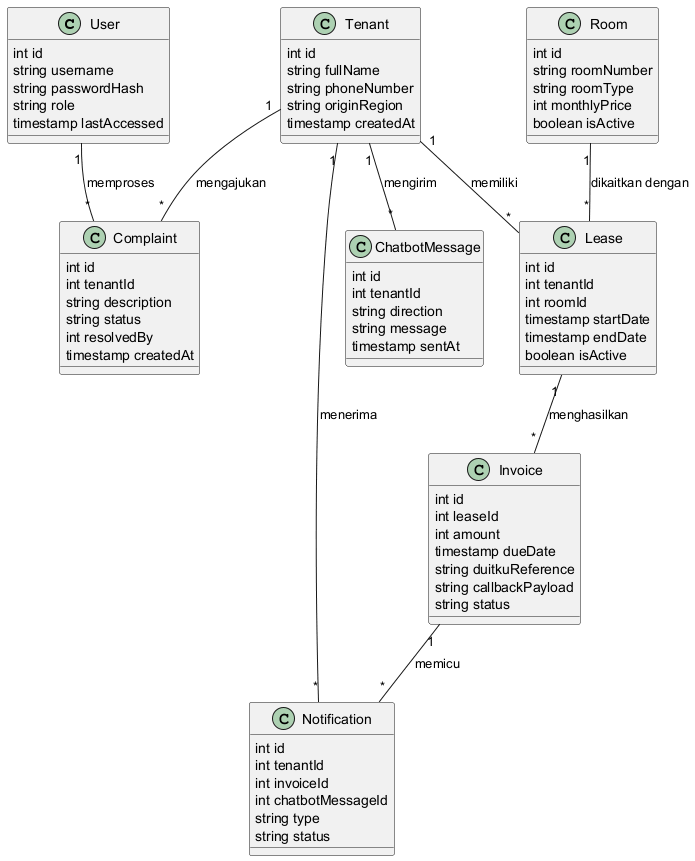
Before: docs/diagrams/0_class_diagram.png, a diagram exported from PlantUML (ahmadyasser72/tem-2). The source it was exported from:
```plantuml
@startuml

class User {
    int id
    string username
    string passwordHash
    string role
    timestamp lastAccessed
}

class Tenant {
    int id
    string fullName
    string phoneNumber
    string originRegion
    timestamp createdAt
}

class Room {
    int id
    string roomNumber
    string roomType
    int monthlyPrice
    boolean isActive
}

class Lease {
    int id
    int tenantId
    int roomId
    timestamp startDate
    timestamp endDate
    boolean isActive
}

class Invoice {
    int id
    int leaseId
    int amount
    timestamp dueDate
    string duitkuReference
    string callbackPayload
    string status
}

class ChatbotMessage {
    int id
    int tenantId
    string direction
    string message
    timestamp sentAt
}

class Notification {
    int id
    int tenantId
    int invoiceId
    int chatbotMessageId
    string type
    string status
}

class Complaint {
    int id
    int tenantId
    string description
    string status
    int resolvedBy
    timestamp createdAt
}

Tenant "1" -- "*" Complaint : mengajukan
User "1" -- "*" Complaint : memproses
Tenant "1" -- "*" Lease : memiliki
Room "1" -- "*" Lease : dikaitkan dengan
Lease "1" -- "*" Invoice : menghasilkan
Tenant "1" -- "*" ChatbotMessage : mengirim
Tenant "1" -- "*" Notification : menerima
Invoice "1" -- "*" Notification : memicu

@enduml
```
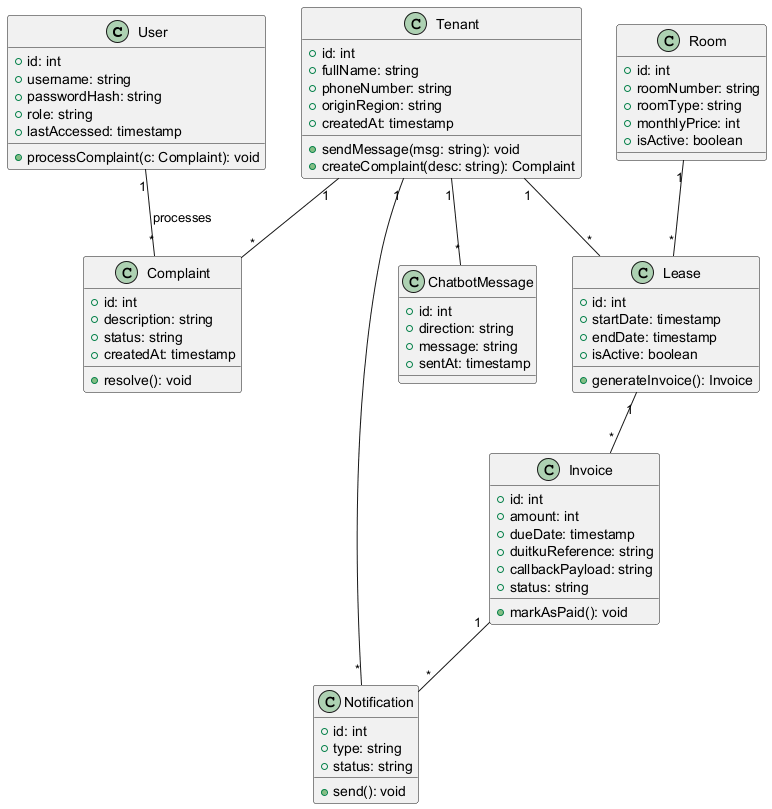
Later version of the same file.

Change to the diagram source:
```diff
@@ -1,81 +1,85 @@
 @startuml
 
 class User {
-    int id
-    string username
-    string passwordHash
-    string role
-    timestamp lastAccessed
+    + id: int
+    + username: string
+    + passwordHash: string
+    + role: string
+    + lastAccessed: timestamp
+
+    + processComplaint(c: Complaint): void
 }
 
 class Tenant {
-    int id
-    string fullName
-    string phoneNumber
-    string originRegion
-    timestamp createdAt
+    + id: int
+    + fullName: string
+    + phoneNumber: string
+    + originRegion: string
+    + createdAt: timestamp
+
+    + sendMessage(msg: string): void
+    + createComplaint(desc: string): Complaint
 }
 
 class Room {
-    int id
-    string roomNumber
-    string roomType
-    int monthlyPrice
-    boolean isActive
+    + id: int
+    + roomNumber: string
+    + roomType: string
+    + monthlyPrice: int
+    + isActive: boolean
 }
 
 class Lease {
-    int id
-    int tenantId
-    int roomId
-    timestamp startDate
-    timestamp endDate
-    boolean isActive
+    + id: int
+    + startDate: timestamp
+    + endDate: timestamp
+    + isActive: boolean
+
+    + generateInvoice(): Invoice
 }
 
 class Invoice {
-    int id
-    int leaseId
-    int amount
-    timestamp dueDate
-    string duitkuReference
-    string callbackPayload
-    string status
+    + id: int
+    + amount: int
+    + dueDate: timestamp
+    + duitkuReference: string
+    + callbackPayload: string
+    + status: string
+
+    + markAsPaid(): void
 }
 
 class ChatbotMessage {
-    int id
-    int tenantId
-    string direction
-    string message
-    timestamp sentAt
+    + id: int
+    + direction: string
+    + message: string
+    + sentAt: timestamp
 }
 
 class Notification {
-    int id
-    int tenantId
-    int invoiceId
-    int chatbotMessageId
-    string type
-    string status
+    + id: int
+    + type: string
+    + status: string
+
+    + send(): void
 }
 
 class Complaint {
-    int id
-    int tenantId
-    string description
-    string status
-    int resolvedBy
-    timestamp createdAt
+    + id: int
+    + description: string
+    + status: string
+    + createdAt: timestamp
+
+    + resolve(): void
 }
 
-Tenant "1" -- "*" Complaint : mengajukan
-User "1" -- "*" Complaint : memproses
-Tenant "1" -- "*" Lease : memiliki
-Room "1" -- "*" Lease : dikaitkan dengan
-Lease "1" -- "*" Invoice : menghasilkan
-Tenant "1" -- "*" ChatbotMessage : mengirim
-Tenant "1" -- "*" Notification : menerima
-Invoice "1" -- "*" Notification : memicu
+Tenant "1" -- "*" Lease
+Room "1" -- "*" Lease
+Lease "1" -- "*" Invoice
+Tenant "1" -- "*" ChatbotMessage
+Tenant "1" -- "*" Notification
+Tenant "1" -- "*" Complaint
+User "1" -- "*" Complaint : processes
+Invoice "1" -- "*" Notification
 
 @enduml
```
